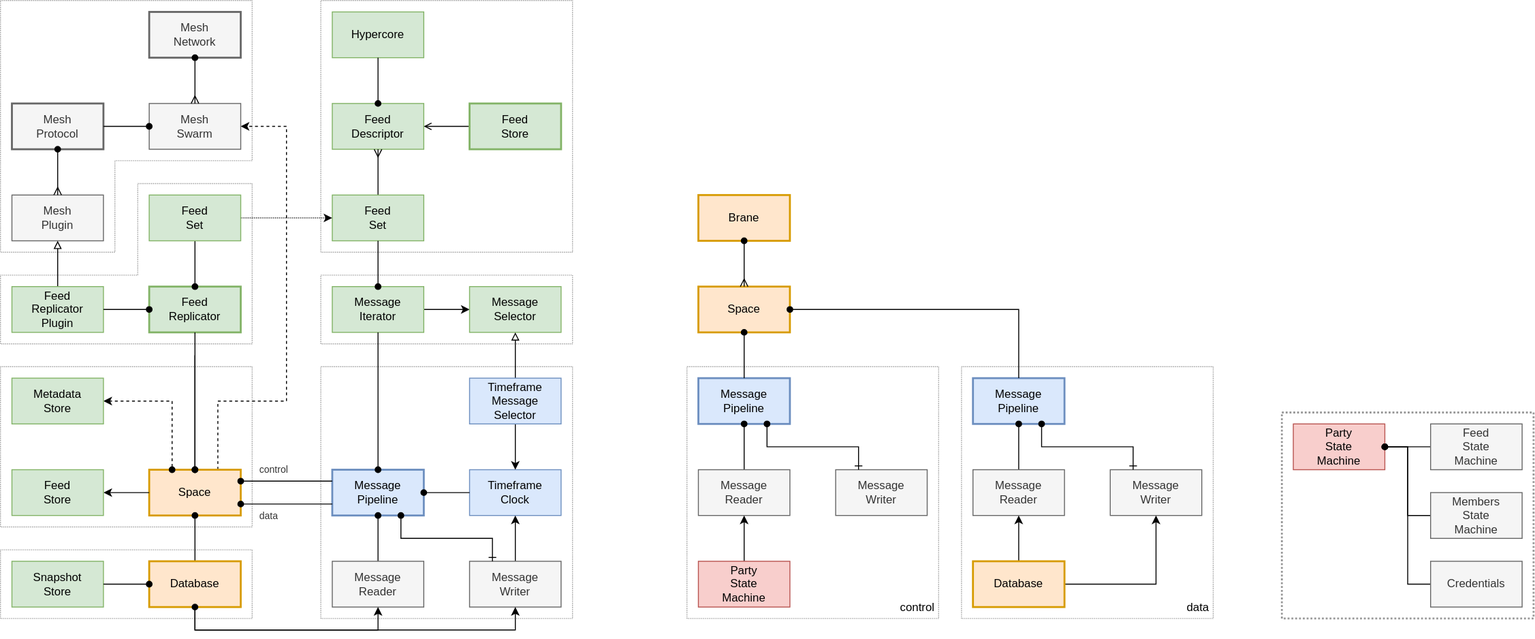
Before: docs/design/diagrams/echo-pipeline.drawio.svg, a diagram exported from draw.io (dxos/dxos). Source tidied: cells renumbered, new cells last; positions are measured from the earlier drawing's top-left corner, leaving out a move shared by most shapes.
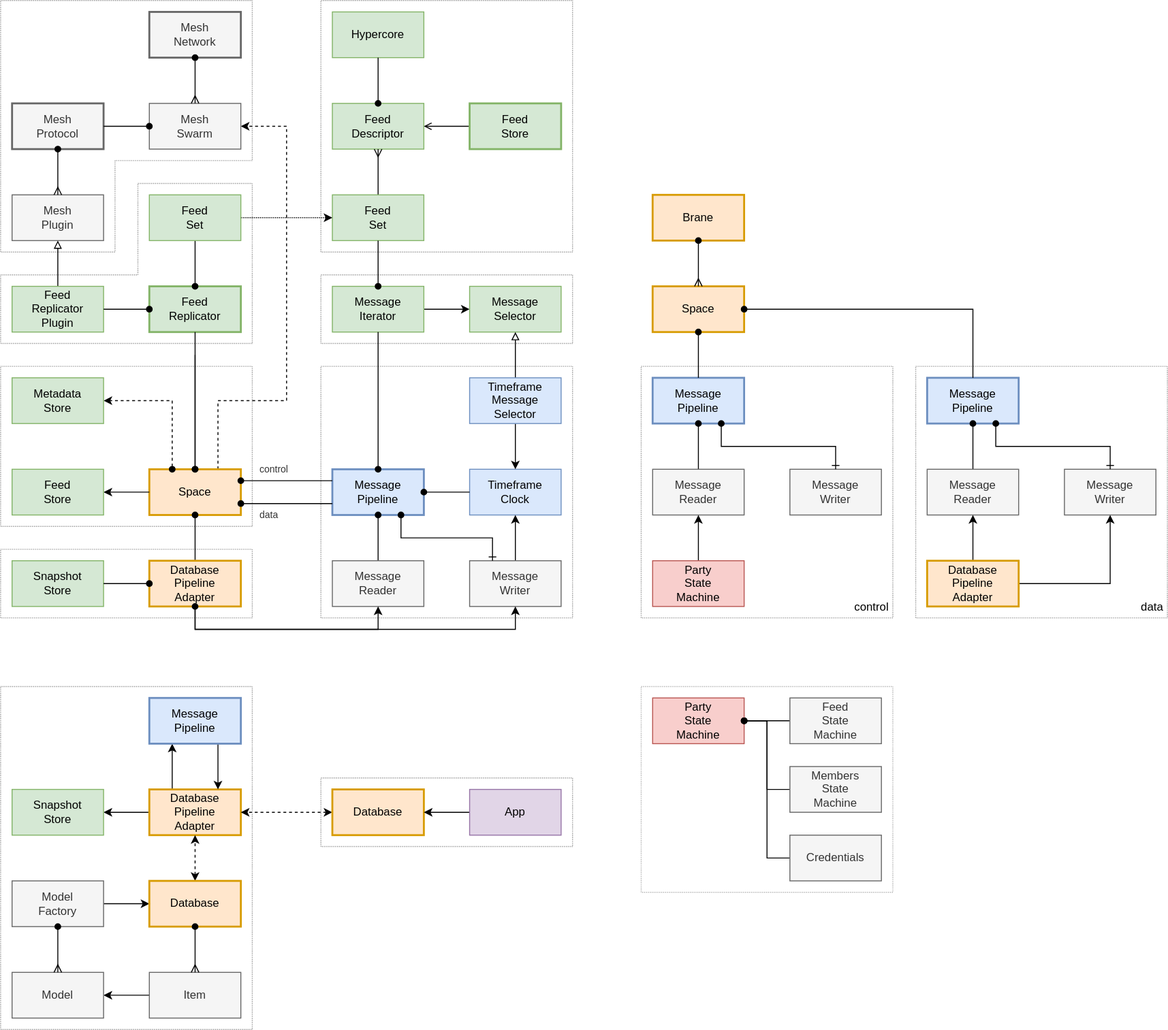
Later version of the same file.

The edit, as a diff of the source:
```diff
@@ -2,14 +2,20 @@
   <root>
     <mxCell id="0" />
     <mxCell id="1" parent="0" />
+    <mxCell id="94" style="rounded=0;whiteSpace=wrap;html=1;fillColor=none;dashed=1;strokeColor=#999999;dashPattern=1 1;" parent="1" vertex="1">
+      <mxGeometry x="336" y="816" width="264" height="72" as="geometry" />
+    </mxCell>
+    <mxCell id="95" style="rounded=0;whiteSpace=wrap;html=1;fillColor=none;dashed=1;strokeColor=#999999;dashPattern=1 1;" parent="1" vertex="1">
+      <mxGeometry y="720" width="264" height="360" as="geometry" />
+    </mxCell>
     <mxCell id="2" value="Party&lt;br&gt;State&lt;br&gt;Machine" style="rounded=0;whiteSpace=wrap;html=1;fillColor=#f8cecc;strokeColor=#b85450;" parent="1" vertex="1">
-      <mxGeometry x="1356" y="444" width="96" height="48" as="geometry" />
+      <mxGeometry x="684" y="732" width="96" height="48" as="geometry" />
     </mxCell>
     <mxCell id="3" value="control" style="rounded=0;whiteSpace=wrap;html=1;fillColor=none;dashed=1;strokeColor=#999999;dashPattern=1 1;verticalAlign=bottom;align=right;spacing=4;" parent="1" vertex="1">
-      <mxGeometry x="720" y="384" width="264" height="264" as="geometry" />
+      <mxGeometry x="672" y="384" width="264" height="264" as="geometry" />
     </mxCell>
     <mxCell id="4" value="Message&lt;br&gt;Pipeline" style="rounded=0;whiteSpace=wrap;html=1;fillColor=#dae8fc;strokeColor=#6c8ebf;strokeWidth=2;" parent="1" vertex="1">
-      <mxGeometry x="732" y="396" width="96" height="48" as="geometry" />
+      <mxGeometry x="684" y="396" width="96" height="48" as="geometry" />
     </mxCell>
     <mxCell id="5" style="rounded=0;whiteSpace=wrap;html=1;fillColor=none;dashed=1;strokeColor=#999999;dashPattern=1 1;" parent="1" vertex="1">
       <mxGeometry y="384" width="264" height="168" as="geometry" />
@@ -155,7 +161,7 @@
         </Array>
       </mxGeometry>
     </mxCell>
-    <mxCell id="48" value="Database" style="rounded=0;whiteSpace=wrap;html=1;fillColor=#ffe6cc;strokeColor=#d79b00;strokeWidth=2;" parent="1" vertex="1">
+    <mxCell id="48" value="Database&lt;br&gt;Pipeline&lt;br&gt;Adapter" style="rounded=0;whiteSpace=wrap;html=1;fillColor=#ffe6cc;strokeColor=#d79b00;strokeWidth=2;" parent="1" vertex="1">
       <mxGeometry x="156" y="588" width="96" height="48" as="geometry" />
     </mxCell>
     <mxCell id="49" style="edgeStyle=none;rounded=0;html=1;exitX=1;exitY=0.5;exitDx=0;exitDy=0;startArrow=none;startFill=0;endArrow=open;endFill=0;" parent="1" edge="1" source="50" target="25">
@@ -228,31 +234,30 @@
       <mxGeometry relative="1" as="geometry" />
     </mxCell>
     <mxCell id="68" value="Message&lt;br&gt;Reader" style="rounded=0;whiteSpace=wrap;html=1;fillColor=#f5f5f5;strokeColor=#666666;fontColor=#333333;" parent="1" vertex="1">
-      <mxGeometry x="732" y="492" width="96" height="48" as="geometry" />
+      <mxGeometry x="684" y="492" width="96" height="48" as="geometry" />
     </mxCell>
     <mxCell id="69" style="edgeStyle=none;rounded=0;html=1;exitX=0.5;exitY=0;exitDx=0;exitDy=0;startArrow=none;startFill=0;endArrow=classic;endFill=1;" parent="1" edge="1" source="70" target="68">
       <mxGeometry relative="1" as="geometry" />
     </mxCell>
     <mxCell id="70" value="Party&lt;br&gt;State&lt;br&gt;Machine" style="rounded=0;whiteSpace=wrap;html=1;fillColor=#f8cecc;strokeColor=#b85450;" parent="1" vertex="1">
-      <mxGeometry x="732" y="588" width="96" height="48" as="geometry" />
+      <mxGeometry x="684" y="588" width="96" height="48" as="geometry" />
     </mxCell>
     <mxCell id="71" value="Message&lt;br&gt;Writer" style="rounded=0;whiteSpace=wrap;html=1;fillColor=#f5f5f5;strokeColor=#666666;fontColor=#333333;" parent="1" vertex="1">
-      <mxGeometry x="876" y="492" width="96" height="48" as="geometry" />
+      <mxGeometry x="828" y="492" width="96" height="48" as="geometry" />
     </mxCell>
-    <mxCell id="72" style="edgeStyle=none;html=1;rounded=0;startArrow=oval;startFill=1;endArrow=ERone;endFill=0;exitX=0.75;exitY=1;exitDx=0;exitDy=0;" parent="1" edge="1" source="4">
+    <mxCell id="72" style="edgeStyle=none;html=1;rounded=0;startArrow=oval;startFill=1;endArrow=ERone;endFill=0;exitX=0.75;exitY=1;exitDx=0;exitDy=0;" parent="1" edge="1" source="4" target="71">
       <mxGeometry relative="1" as="geometry">
-        <mxPoint x="900" y="492" as="targetPoint" />
         <Array as="points">
-          <mxPoint x="804" y="468" />
-          <mxPoint x="900" y="468" />
+          <mxPoint x="756" y="468" />
+          <mxPoint x="876" y="468" />
         </Array>
       </mxGeometry>
     </mxCell>
     <mxCell id="73" style="edgeStyle=none;rounded=0;html=1;exitX=1;exitY=0.5;exitDx=0;exitDy=0;entryX=0;entryY=0.5;entryDx=0;entryDy=0;startArrow=oval;startFill=1;endArrow=none;endFill=0;" parent="1" edge="1" source="2" target="78">
       <mxGeometry relative="1" as="geometry">
         <Array as="points">
-          <mxPoint x="1476" y="468" />
-          <mxPoint x="1476" y="540" />
+          <mxPoint x="804" y="756" />
+          <mxPoint x="804" y="828" />
         </Array>
       </mxGeometry>
     </mxCell>
@@ -262,67 +267,66 @@
     <mxCell id="75" style="edgeStyle=none;rounded=0;html=1;exitX=1;exitY=0.5;exitDx=0;exitDy=0;entryX=0;entryY=0.5;entryDx=0;entryDy=0;startArrow=oval;startFill=1;endArrow=none;endFill=0;" parent="1" edge="1" source="2" target="77">
       <mxGeometry relative="1" as="geometry">
         <Array as="points">
-          <mxPoint x="1476" y="468" />
-          <mxPoint x="1476" y="612" />
+          <mxPoint x="804" y="756" />
+          <mxPoint x="804" y="900" />
         </Array>
       </mxGeometry>
     </mxCell>
     <mxCell id="76" value="Feed&lt;br&gt;State&lt;br&gt;Machine" style="rounded=0;whiteSpace=wrap;html=1;fillColor=#f5f5f5;strokeColor=#666666;fontColor=#333333;" parent="1" vertex="1">
-      <mxGeometry x="1500" y="444" width="96" height="48" as="geometry" />
+      <mxGeometry x="828" y="732" width="96" height="48" as="geometry" />
     </mxCell>
     <mxCell id="77" value="Credentials" style="rounded=0;whiteSpace=wrap;html=1;fillColor=#f5f5f5;strokeColor=#666666;fontColor=#333333;" parent="1" vertex="1">
-      <mxGeometry x="1500" y="588" width="96" height="48" as="geometry" />
+      <mxGeometry x="828" y="876" width="96" height="48" as="geometry" />
     </mxCell>
     <mxCell id="78" value="Members&lt;br&gt;State&lt;br&gt;Machine" style="rounded=0;whiteSpace=wrap;html=1;fillColor=#f5f5f5;strokeColor=#666666;fontColor=#333333;" parent="1" vertex="1">
-      <mxGeometry x="1500" y="516" width="96" height="48" as="geometry" />
+      <mxGeometry x="828" y="804" width="96" height="48" as="geometry" />
     </mxCell>
-    <mxCell id="79" style="rounded=0;whiteSpace=wrap;html=1;fillColor=none;dashed=1;strokeColor=#999999;dashPattern=1 1;verticalAlign=bottom;align=right;spacing=4;strokeWidth=2;" parent="1" vertex="1">
-      <mxGeometry x="1344" y="432" width="264" height="216" as="geometry" />
+    <mxCell id="79" style="rounded=0;whiteSpace=wrap;html=1;fillColor=none;dashed=1;strokeColor=#B3B3B3;dashPattern=1 1;verticalAlign=bottom;align=right;spacing=4;strokeWidth=1;" parent="1" vertex="1">
+      <mxGeometry x="672" y="720" width="264" height="216" as="geometry" />
     </mxCell>
     <mxCell id="80" value="data" style="rounded=0;whiteSpace=wrap;html=1;fillColor=none;dashed=1;strokeColor=#999999;dashPattern=1 1;verticalAlign=bottom;align=right;spacing=4;" parent="1" vertex="1">
-      <mxGeometry x="1008" y="384" width="264" height="264" as="geometry" />
+      <mxGeometry x="960" y="384" width="264" height="264" as="geometry" />
     </mxCell>
     <mxCell id="81" value="Message&lt;br&gt;Pipeline" style="rounded=0;whiteSpace=wrap;html=1;fillColor=#dae8fc;strokeColor=#6c8ebf;strokeWidth=2;" parent="1" vertex="1">
-      <mxGeometry x="1020" y="396" width="96" height="48" as="geometry" />
+      <mxGeometry x="972" y="396" width="96" height="48" as="geometry" />
     </mxCell>
     <mxCell id="82" style="edgeStyle=none;rounded=0;html=1;exitX=0.5;exitY=1;exitDx=0;exitDy=0;startArrow=oval;startFill=1;endArrow=none;endFill=0;" parent="1" edge="1" source="81" target="83">
       <mxGeometry relative="1" as="geometry" />
     </mxCell>
     <mxCell id="83" value="Message&lt;br&gt;Reader" style="rounded=0;whiteSpace=wrap;html=1;fillColor=#f5f5f5;strokeColor=#666666;fontColor=#333333;" parent="1" vertex="1">
-      <mxGeometry x="1020" y="492" width="96" height="48" as="geometry" />
+      <mxGeometry x="972" y="492" width="96" height="48" as="geometry" />
     </mxCell>
     <mxCell id="84" style="edgeStyle=none;rounded=0;html=1;startArrow=none;startFill=0;endArrow=classic;endFill=1;" parent="1" edge="1" source="88" target="83">
       <mxGeometry relative="1" as="geometry" />
     </mxCell>
     <mxCell id="85" value="Message&lt;br&gt;Writer" style="rounded=0;whiteSpace=wrap;html=1;fillColor=#f5f5f5;strokeColor=#666666;fontColor=#333333;" parent="1" vertex="1">
-      <mxGeometry x="1164" y="492" width="96" height="48" as="geometry" />
+      <mxGeometry x="1116" y="492" width="96" height="48" as="geometry" />
     </mxCell>
-    <mxCell id="86" style="edgeStyle=none;html=1;rounded=0;startArrow=oval;startFill=1;endArrow=ERone;endFill=0;exitX=0.75;exitY=1;exitDx=0;exitDy=0;" parent="1" edge="1" source="81">
+    <mxCell id="86" style="edgeStyle=none;html=1;rounded=0;startArrow=oval;startFill=1;endArrow=ERone;endFill=0;exitX=0.75;exitY=1;exitDx=0;exitDy=0;" parent="1" edge="1" source="81" target="85">
       <mxGeometry relative="1" as="geometry">
-        <mxPoint x="1188" y="492" as="targetPoint" />
         <Array as="points">
-          <mxPoint x="1092" y="468" />
-          <mxPoint x="1188" y="468" />
+          <mxPoint x="1044" y="468" />
+          <mxPoint x="1164" y="468" />
         </Array>
       </mxGeometry>
     </mxCell>
     <mxCell id="87" style="edgeStyle=none;rounded=0;html=1;exitX=1;exitY=0.5;exitDx=0;exitDy=0;entryX=0.5;entryY=1;entryDx=0;entryDy=0;startArrow=none;startFill=0;endArrow=classic;endFill=1;" parent="1" edge="1" source="88" target="85">
       <mxGeometry relative="1" as="geometry">
         <Array as="points">
-          <mxPoint x="1212" y="612" />
+          <mxPoint x="1164" y="612" />
         </Array>
       </mxGeometry>
     </mxCell>
-    <mxCell id="88" value="Database" style="rounded=0;whiteSpace=wrap;html=1;fillColor=#ffe6cc;strokeColor=#d79b00;strokeWidth=2;" parent="1" vertex="1">
-      <mxGeometry x="1020" y="588" width="96" height="48" as="geometry" />
+    <mxCell id="88" value="Database&lt;br&gt;Pipeline&lt;br&gt;Adapter" style="rounded=0;whiteSpace=wrap;html=1;fillColor=#ffe6cc;strokeColor=#d79b00;strokeWidth=2;" parent="1" vertex="1">
+      <mxGeometry x="972" y="588" width="96" height="48" as="geometry" />
     </mxCell>
     <mxCell id="89" value="Space" style="rounded=0;whiteSpace=wrap;html=1;fillColor=#ffe6cc;strokeColor=#d79b00;strokeWidth=2;" parent="1" vertex="1">
-      <mxGeometry x="732" y="300" width="96" height="48" as="geometry" />
+      <mxGeometry x="684" y="300" width="96" height="48" as="geometry" />
     </mxCell>
     <mxCell id="90" style="edgeStyle=none;html=1;exitX=1;exitY=0.5;exitDx=0;exitDy=0;endArrow=none;endFill=0;startArrow=oval;startFill=1;rounded=0;" parent="1" edge="1" source="89" target="81">
       <mxGeometry relative="1" as="geometry">
         <Array as="points">
-          <mxPoint x="1068" y="324" />
+          <mxPoint x="1020" y="324" />
         </Array>
       </mxGeometry>
     </mxCell>
@@ -330,10 +334,67 @@
       <mxGeometry relative="1" as="geometry" />
     </mxCell>
     <mxCell id="92" value="Brane" style="rounded=0;whiteSpace=wrap;html=1;fillColor=#ffe6cc;strokeColor=#d79b00;strokeWidth=2;" parent="1" vertex="1">
-      <mxGeometry x="732" y="204" width="96" height="48" as="geometry" />
+      <mxGeometry x="684" y="204" width="96" height="48" as="geometry" />
     </mxCell>
     <mxCell id="93" style="edgeStyle=none;rounded=0;html=1;exitX=0.5;exitY=1;exitDx=0;exitDy=0;startArrow=oval;startFill=1;endArrow=ERmany;endFill=0;" parent="1" edge="1" source="92" target="89">
       <mxGeometry relative="1" as="geometry" />
     </mxCell>
+    <mxCell id="96" style="edgeStyle=none;html=1;exitX=0;exitY=0.5;exitDx=0;exitDy=0;startArrow=none;startFill=0;endArrow=classic;endFill=1;" parent="1" edge="1" source="98" target="110">
+      <mxGeometry relative="1" as="geometry" />
+    </mxCell>
+    <mxCell id="97" style="edgeStyle=orthogonalEdgeStyle;html=1;exitX=0.25;exitY=0;exitDx=0;exitDy=0;entryX=0.25;entryY=1;entryDx=0;entryDy=0;startArrow=none;startFill=0;endArrow=classic;endFill=1;" parent="1" edge="1" source="98" target="112">
+      <mxGeometry relative="1" as="geometry" />
+    </mxCell>
+    <mxCell id="98" value="Database&lt;br&gt;Pipeline&lt;br&gt;Adapter" style="rounded=0;whiteSpace=wrap;html=1;fillColor=#ffe6cc;strokeColor=#d79b00;strokeWidth=2;" parent="1" vertex="1">
+      <mxGeometry x="156" y="828" width="96" height="48" as="geometry" />
+    </mxCell>
+    <mxCell id="99" style="edgeStyle=none;html=1;exitX=0;exitY=0.5;exitDx=0;exitDy=0;startArrow=classic;startFill=1;endArrow=classic;endFill=1;dashed=1;" parent="1" edge="1" source="100" target="98">
+      <mxGeometry relative="1" as="geometry" />
+    </mxCell>
+    <mxCell id="100" value="Database" style="rounded=0;whiteSpace=wrap;html=1;fillColor=#ffe6cc;strokeColor=#d79b00;strokeWidth=2;" parent="1" vertex="1">
+      <mxGeometry x="348" y="828" width="96" height="48" as="geometry" />
+    </mxCell>
+    <mxCell id="101" style="edgeStyle=none;html=1;exitX=0;exitY=0.5;exitDx=0;exitDy=0;startArrow=none;startFill=0;endArrow=classic;endFill=1;" parent="1" edge="1" source="102" target="100">
+      <mxGeometry relative="1" as="geometry" />
+    </mxCell>
+    <mxCell id="102" value="App" style="rounded=0;whiteSpace=wrap;html=1;fillColor=#e1d5e7;strokeColor=#9673a6;strokeWidth=1;" parent="1" vertex="1">
+      <mxGeometry x="492" y="828" width="96" height="48" as="geometry" />
+    </mxCell>
+    <mxCell id="103" style="edgeStyle=none;html=1;" parent="1" edge="1" source="104" target="109">
+      <mxGeometry relative="1" as="geometry" />
+    </mxCell>
+    <mxCell id="104" value="Model&lt;br&gt;Factory" style="rounded=0;whiteSpace=wrap;html=1;fillColor=#f5f5f5;strokeColor=#666666;fontColor=#333333;" parent="1" vertex="1">
+      <mxGeometry x="12" y="924" width="96" height="48" as="geometry" />
+    </mxCell>
+    <mxCell id="105" style="edgeStyle=none;html=1;exitX=1;exitY=0.5;exitDx=0;exitDy=0;endArrow=classic;endFill=1;" parent="1" edge="1" source="106" target="107">
+      <mxGeometry relative="1" as="geometry" />
+    </mxCell>
+    <mxCell id="106" value="Item" style="rounded=0;whiteSpace=wrap;html=1;fillColor=#f5f5f5;strokeColor=#666666;fontColor=#333333;" parent="1" vertex="1">
+      <mxGeometry x="156" y="1020" width="96" height="48" as="geometry" />
+    </mxCell>
+    <mxCell id="107" value="Model" style="rounded=0;whiteSpace=wrap;html=1;fillColor=#f5f5f5;strokeColor=#666666;fontColor=#333333;" parent="1" vertex="1">
+      <mxGeometry x="12" y="1020" width="96" height="48" as="geometry" />
+    </mxCell>
+    <mxCell id="108" style="edgeStyle=none;html=1;exitX=0.5;exitY=0;exitDx=0;exitDy=0;startArrow=classic;startFill=1;endArrow=classic;endFill=1;dashed=1;" parent="1" edge="1" source="109" target="98">
+      <mxGeometry relative="1" as="geometry" />
+    </mxCell>
+    <mxCell id="109" value="Database" style="rounded=0;whiteSpace=wrap;html=1;fillColor=#ffe6cc;strokeColor=#d79b00;strokeWidth=2;" parent="1" vertex="1">
+      <mxGeometry x="156" y="924" width="96" height="48" as="geometry" />
+    </mxCell>
+    <mxCell id="110" value="Snapshot&lt;br&gt;Store" style="rounded=0;whiteSpace=wrap;html=1;fillColor=#d5e8d4;strokeColor=#82b366;strokeWidth=1;" parent="1" vertex="1">
+      <mxGeometry x="12" y="828" width="96" height="48" as="geometry" />
+    </mxCell>
+    <mxCell id="111" style="edgeStyle=orthogonalEdgeStyle;html=1;exitX=0.75;exitY=1;exitDx=0;exitDy=0;entryX=0.75;entryY=0;entryDx=0;entryDy=0;startArrow=none;startFill=0;endArrow=classic;endFill=1;" parent="1" edge="1" source="112" target="98">
+      <mxGeometry relative="1" as="geometry" />
+    </mxCell>
+    <mxCell id="112" value="Message&lt;br&gt;Pipeline" style="rounded=0;whiteSpace=wrap;html=1;fillColor=#dae8fc;strokeColor=#6c8ebf;strokeWidth=2;" parent="1" vertex="1">
+      <mxGeometry x="156" y="732" width="96" height="48" as="geometry" />
+    </mxCell>
+    <mxCell id="113" style="edgeStyle=none;html=1;exitX=0.5;exitY=1;exitDx=0;exitDy=0;endArrow=ERmany;endFill=0;startArrow=oval;startFill=1;" parent="1" edge="1" source="104" target="107">
+      <mxGeometry relative="1" as="geometry" />
+    </mxCell>
+    <mxCell id="114" style="edgeStyle=none;html=1;endArrow=ERmany;endFill=0;startArrow=oval;startFill=1;" parent="1" edge="1" source="109" target="106">
+      <mxGeometry relative="1" as="geometry" />
+    </mxCell>
   </root>
 </mxGraphModel>
```
